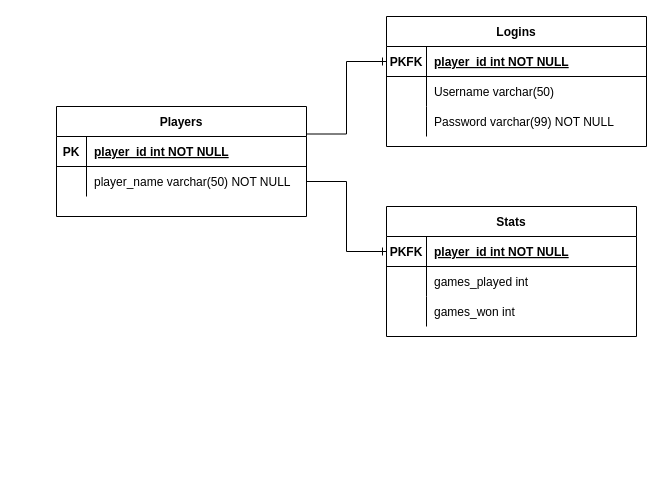
This is Diagrammer/Filer/Database Diagram.drawio from Olivervesth/KortKlubben, a draw.io file, before an edit. Source tidied: cells renumbered, new cells numbered last; positions are measured from the earlier drawing's top-left corner, leaving out a move shared by most shapes. Both pictures are drawn from the tidied source at 100%, with x=0, y=0 at pixel (56, 16).
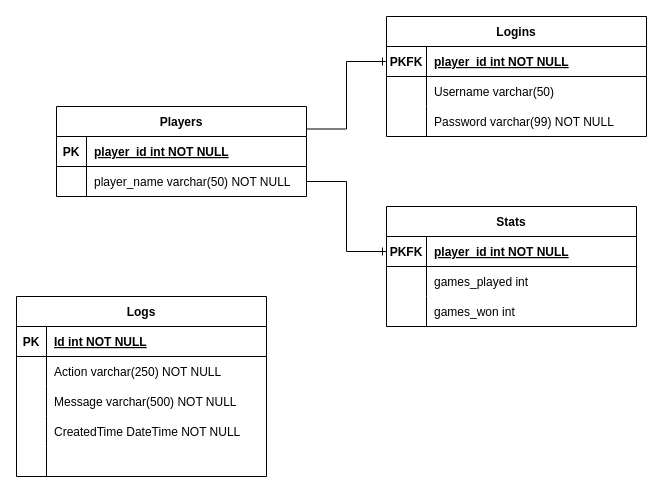
The same page after the edit.

Change to the diagram source:
```diff
@@
     <mxCell id="2" value="Logins" style="shape=table;startSize=30;childLayout=tableLayout;rowLines=0;fontStyle=1;align=center;" parent="1" vertex="1">
-      <mxGeometry x="330" width="260" height="130" as="geometry" />
+      <mxGeometry x="330" width="260" height="120" as="geometry" />
     </mxCell>
@@
     <mxCell id="12" value="Stats" style="shape=table;startSize=30;childLayout=tableLayout;rowLines=0;fontStyle=1;align=center;" parent="1" vertex="1">
-      <mxGeometry x="330" y="190" width="250" height="130" as="geometry" />
+      <mxGeometry x="330" y="190" width="250" height="120" as="geometry" />
     </mxCell>
@@
     <mxCell id="23" value="Players" style="shape=table;startSize=30;childLayout=tableLayout;rowLines=0;fontStyle=1;align=center;" parent="1" vertex="1">
-      <mxGeometry y="90" width="250" height="110" as="geometry" />
+      <mxGeometry y="90" width="250" height="90" as="geometry" />
     </mxCell>
@@
+    <mxCell id="31" value="Logs" style="shape=table;startSize=30;childLayout=tableLayout;rowLines=0;fontStyle=1;align=center;" parent="1" vertex="1">
+      <mxGeometry x="-40" y="280" width="250" height="180" as="geometry" />
+    </mxCell>
+    <mxCell id="32" style="shape=partialRectangle;fillColor=none;top=0;left=0;right=0;bottom=1;" parent="31" vertex="1">
+      <mxGeometry y="30" width="250" height="30" as="geometry" />
+    </mxCell>
+    <mxCell id="33" value="PK" style="shape=partialRectangle;overflow=hidden;fillColor=none;top=0;left=0;bottom=0;right=0;fontStyle=1;" parent="32" vertex="1">
+      <mxGeometry width="30" height="30" as="geometry" />
+    </mxCell>
+    <mxCell id="34" value="Id int NOT NULL" style="shape=partialRectangle;overflow=hidden;fillColor=none;top=0;left=0;bottom=0;right=0;align=left;spacingLeft=6;fontStyle=5;" parent="32" vertex="1">
+      <mxGeometry x="30" width="220" height="30" as="geometry" />
+    </mxCell>
+    <mxCell id="35" style="shape=partialRectangle;fillColor=none;top=0;left=0;right=0;bottom=0;" parent="31" vertex="1">
+      <mxGeometry y="60" width="250" height="30" as="geometry" />
+    </mxCell>
+    <mxCell id="36" style="shape=partialRectangle;overflow=hidden;fillColor=none;top=0;left=0;bottom=0;right=0;" parent="35" vertex="1">
+      <mxGeometry width="30" height="30" as="geometry" />
+    </mxCell>
+    <mxCell id="37" value="Action varchar(250) NOT NULL" style="shape=partialRectangle;overflow=hidden;fillColor=none;top=0;left=0;bottom=0;right=0;align=left;spacingLeft=6;" parent="35" vertex="1">
+      <mxGeometry x="30" width="220" height="30" as="geometry" />
+    </mxCell>
+    <mxCell id="38" style="shape=partialRectangle;fillColor=none;top=0;left=0;right=0;bottom=0;" parent="31" vertex="1">
+      <mxGeometry y="90" width="250" height="30" as="geometry" />
+    </mxCell>
+    <mxCell id="39" style="shape=partialRectangle;overflow=hidden;fillColor=none;top=0;left=0;bottom=0;right=0;" parent="38" vertex="1">
+      <mxGeometry width="30" height="30" as="geometry" />
+    </mxCell>
+    <mxCell id="40" value="Message varchar(500) NOT NULL" style="shape=partialRectangle;overflow=hidden;fillColor=none;top=0;left=0;bottom=0;right=0;align=left;spacingLeft=6;" parent="38" vertex="1">
+      <mxGeometry x="30" width="220" height="30" as="geometry" />
+    </mxCell>
+    <mxCell id="41" style="shape=partialRectangle;fillColor=none;top=0;left=0;right=0;bottom=0;" parent="31" vertex="1">
+      <mxGeometry y="120" width="250" height="30" as="geometry" />
+    </mxCell>
+    <mxCell id="42" style="shape=partialRectangle;overflow=hidden;fillColor=none;top=0;left=0;bottom=0;right=0;" parent="41" vertex="1">
+      <mxGeometry width="30" height="30" as="geometry" />
+    </mxCell>
+    <mxCell id="43" value="CreatedTime DateTime NOT NULL" style="shape=partialRectangle;overflow=hidden;fillColor=none;top=0;left=0;bottom=0;right=0;align=left;spacingLeft=6;" parent="41" vertex="1">
+      <mxGeometry x="30" width="220" height="30" as="geometry" />
+    </mxCell>
+    <mxCell id="44" style="shape=partialRectangle;fillColor=none;top=0;left=0;right=0;bottom=0;" parent="31" vertex="1">
+      <mxGeometry y="150" width="250" height="30" as="geometry" />
+    </mxCell>
+    <mxCell id="45" style="shape=partialRectangle;overflow=hidden;fillColor=none;top=0;left=0;bottom=0;right=0;" parent="44" vertex="1">
+      <mxGeometry width="30" height="30" as="geometry" />
+    </mxCell>
+    <mxCell id="46" style="shape=partialRectangle;overflow=hidden;fillColor=none;top=0;left=0;bottom=0;right=0;align=left;spacingLeft=6;" parent="44" vertex="1">
+      <mxGeometry x="30" width="220" height="30" as="geometry" />
+    </mxCell>
```
